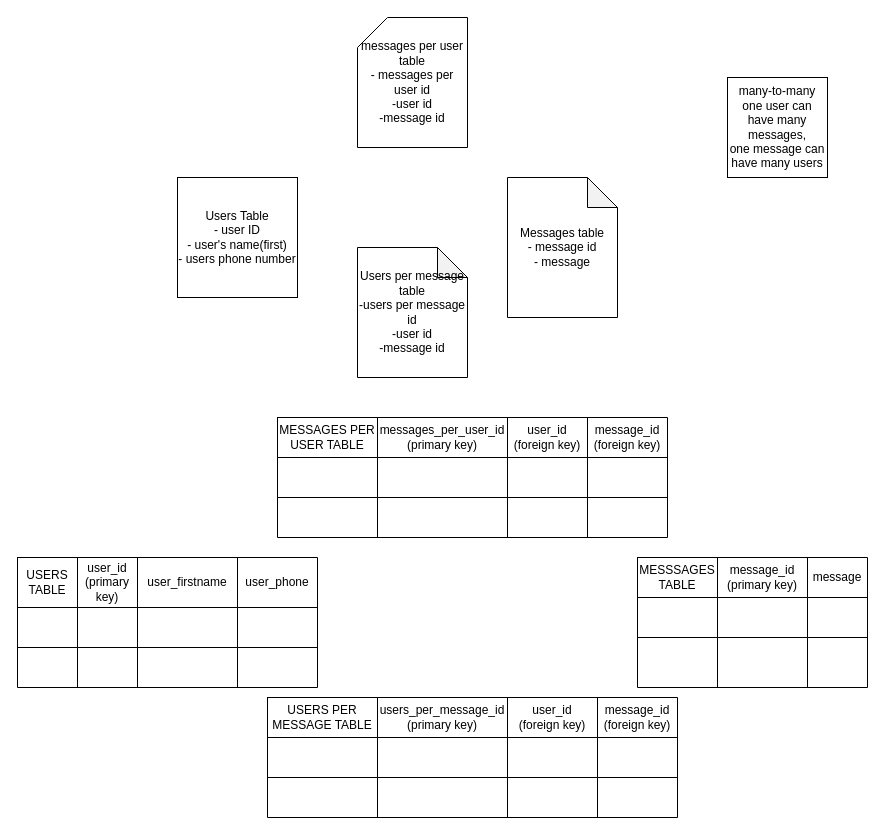
Earlier version of the draw.io diagram Untitled Diagram.drawio (ainethompson/project-data-model). Source tidied: cells renumbered, new cells numbered last; positions are measured from the earlier drawing's top-left corner, leaving out a move shared by most shapes. Both pictures are drawn from the tidied source at 100%, with x=0, y=0 at pixel (17, 17).
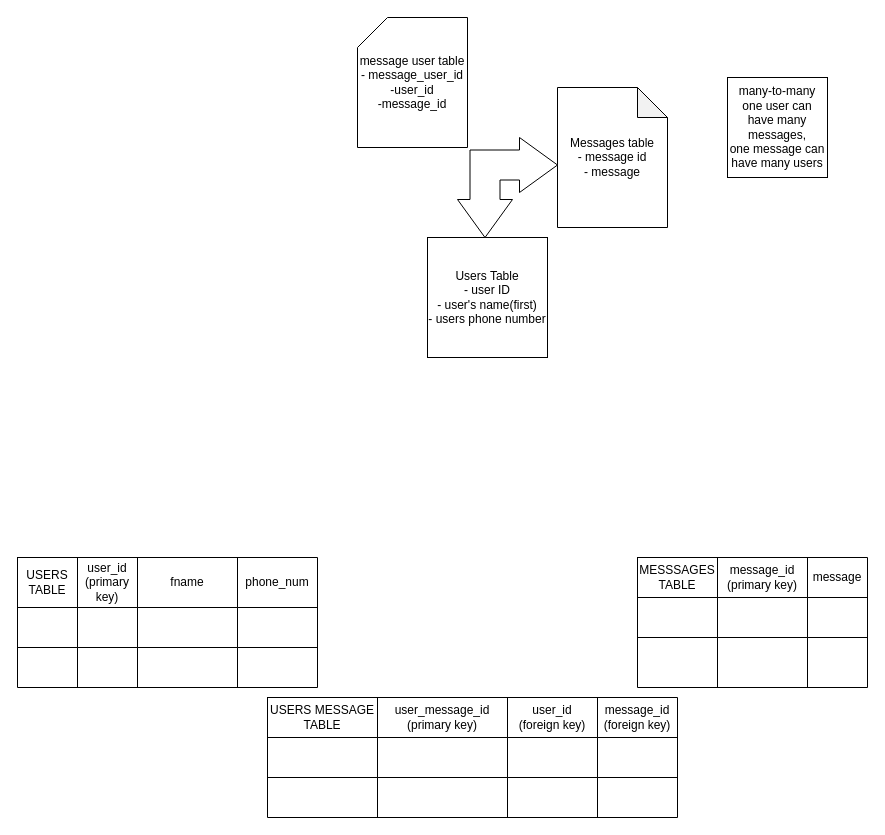
The same diagram, later.

Commit message:
Updated project data model

The change refers to these unchanged cells:
```xml
<mxCell id="8" style="shape=partialRectangle;html=1;whiteSpace=wrap;fillColor=none;top=0;left=0;bottom=0;right=0;" parent="7" vertex="1">
  <mxGeometry width="300" height="50" as="geometry" />
</mxCell>
<mxCell id="37" style="shape=partialRectangle;html=1;whiteSpace=wrap;fillColor=none;top=0;left=0;bottom=0;right=0;" parent="36" vertex="1">
  <mxGeometry width="410" height="40" as="geometry" />
</mxCell>
```

Diff of the diagram source:
```diff
@@
     <mxCell id="2" value="Users Table&lt;br&gt;- user ID&lt;br&gt;- user's name(first)&lt;br&gt;- users phone number" style="whiteSpace=wrap;html=1;" parent="1" vertex="1">
-      <mxGeometry x="160" y="160" width="120" height="120" as="geometry" />
+      <mxGeometry x="410" y="220" width="120" height="120" as="geometry" />
     </mxCell>
     <mxCell id="3" value="Messages table&lt;br&gt;- message id&lt;br&gt;- message&lt;br&gt;" style="shape=note;whiteSpace=wrap;html=1;backgroundOutline=1;darkOpacity=0.05;" parent="1" vertex="1">
-      <mxGeometry x="490" y="160" width="110" height="140" as="geometry" />
+      <mxGeometry x="540" y="70" width="110" height="140" as="geometry" />
     </mxCell>
@@
-    <mxCell id="5" value="Users per message table&lt;br&gt;-users per message id&lt;br&gt;-user id&lt;br&gt;-message id" style="shape=note;whiteSpace=wrap;html=1;backgroundOutline=1;darkOpacity=0.05;" parent="1" vertex="1">
-      <mxGeometry x="340" y="230" width="110" height="130" as="geometry" />
-    </mxCell>
-    <mxCell id="6" value="messages per user table&lt;br&gt;- messages per user id&lt;br&gt;-user id&lt;br&gt;-message id" style="shape=card;whiteSpace=wrap;html=1;" parent="1" vertex="1">
+    <mxCell id="6" value="message user table&lt;br&gt;- message_user_id&lt;br&gt;-user_id&lt;br&gt;-message_id" style="shape=card;whiteSpace=wrap;html=1;" parent="1" vertex="1">
       <mxGeometry x="340" width="110" height="130" as="geometry" />
     </mxCell>
@@
-    <mxCell id="11" value="user_firstname" style="shape=partialRectangle;html=1;whiteSpace=wrap;overflow=hidden;fillColor=none;top=0;left=0;bottom=0;right=0;" parent="8" vertex="1">
+    <mxCell id="11" value="fname" style="shape=partialRectangle;html=1;whiteSpace=wrap;overflow=hidden;fillColor=none;top=0;left=0;bottom=0;right=0;" parent="8" vertex="1">
       <mxGeometry x="120" width="100" height="50" as="geometry" />
     </mxCell>
-    <mxCell id="12" value="user_phone" style="shape=partialRectangle;html=1;whiteSpace=wrap;overflow=hidden;fillColor=none;top=0;left=0;bottom=0;right=0;" parent="8" vertex="1">
+    <mxCell id="12" value="phone_num" style="shape=partialRectangle;html=1;whiteSpace=wrap;overflow=hidden;fillColor=none;top=0;left=0;bottom=0;right=0;" parent="8" vertex="1">
       <mxGeometry x="220" width="80" height="50" as="geometry" />
     </mxCell>
@@
-    <mxCell id="38" value="USERS PER MESSAGE TABLE" style="shape=partialRectangle;html=1;whiteSpace=wrap;overflow=hidden;fillColor=none;top=0;left=0;bottom=0;right=0;" parent="37" vertex="1">
+    <mxCell id="38" value="USERS MESSAGE TABLE" style="shape=partialRectangle;html=1;whiteSpace=wrap;overflow=hidden;fillColor=none;top=0;left=0;bottom=0;right=0;" parent="37" vertex="1">
       <mxGeometry width="110" height="40" as="geometry" />
     </mxCell>
-    <mxCell id="39" value="users_per_message_id (primary key)" style="shape=partialRectangle;html=1;whiteSpace=wrap;overflow=hidden;fillColor=none;top=0;left=0;bottom=0;right=0;" parent="37" vertex="1">
+    <mxCell id="39" value="user_message_id (primary key)" style="shape=partialRectangle;html=1;whiteSpace=wrap;overflow=hidden;fillColor=none;top=0;left=0;bottom=0;right=0;" parent="37" vertex="1">
       <mxGeometry x="110" width="130" height="40" as="geometry" />
     </mxCell>
@@
-    <mxCell id="52" style="shape=table;html=1;whiteSpace=wrap;startSize=0;childLayout=tableLayout;" parent="1" vertex="1">
-      <mxGeometry x="260" y="400" width="390" height="120" as="geometry" />
-    </mxCell>
-    <mxCell id="53" style="shape=partialRectangle;html=1;whiteSpace=wrap;fillColor=none;top=0;left=0;bottom=0;right=0;" parent="52" vertex="1">
-      <mxGeometry width="390" height="40" as="geometry" />
-    </mxCell>
-    <mxCell id="54" value="MESSAGES PER USER TABLE" style="shape=partialRectangle;html=1;whiteSpace=wrap;overflow=hidden;fillColor=none;top=0;left=0;bottom=0;right=0;" parent="53" vertex="1">
-      <mxGeometry width="100" height="40" as="geometry" />
-    </mxCell>
-    <mxCell id="55" value="messages_per_user_id (primary key)" style="shape=partialRectangle;html=1;whiteSpace=wrap;overflow=hidden;fillColor=none;top=0;left=0;bottom=0;right=0;" parent="53" vertex="1">
-      <mxGeometry x="100" width="130" height="40" as="geometry" />
-    </mxCell>
-    <mxCell id="56" value="user_id (foreign key)" style="shape=partialRectangle;html=1;whiteSpace=wrap;overflow=hidden;fillColor=none;top=0;left=0;bottom=0;right=0;" parent="53" vertex="1">
-      <mxGeometry x="230" width="80" height="40" as="geometry" />
-    </mxCell>
-    <mxCell id="57" value="message_id (foreign key)" style="shape=partialRectangle;html=1;whiteSpace=wrap;overflow=hidden;fillColor=none;top=0;left=0;bottom=0;right=0;" parent="53" vertex="1">
-      <mxGeometry x="310" width="80" height="40" as="geometry" />
-    </mxCell>
-    <mxCell id="58" style="shape=partialRectangle;html=1;whiteSpace=wrap;fillColor=none;top=0;left=0;bottom=0;right=0;" parent="52" vertex="1">
-      <mxGeometry y="40" width="390" height="40" as="geometry" />
-    </mxCell>
-    <mxCell id="59" style="shape=partialRectangle;html=1;whiteSpace=wrap;overflow=hidden;fillColor=none;top=0;left=0;bottom=0;right=0;" parent="58" vertex="1">
-      <mxGeometry width="100" height="40" as="geometry" />
-    </mxCell>
-    <mxCell id="60" style="shape=partialRectangle;html=1;whiteSpace=wrap;overflow=hidden;fillColor=none;top=0;left=0;bottom=0;right=0;" parent="58" vertex="1">
-      <mxGeometry x="100" width="130" height="40" as="geometry" />
-    </mxCell>
-    <mxCell id="61" style="shape=partialRectangle;html=1;whiteSpace=wrap;overflow=hidden;fillColor=none;top=0;left=0;bottom=0;right=0;" parent="58" vertex="1">
-      <mxGeometry x="230" width="80" height="40" as="geometry" />
-    </mxCell>
-    <mxCell id="62" style="shape=partialRectangle;html=1;whiteSpace=wrap;overflow=hidden;fillColor=none;top=0;left=0;bottom=0;right=0;" parent="58" vertex="1">
-      <mxGeometry x="310" width="80" height="40" as="geometry" />
-    </mxCell>
-    <mxCell id="63" style="shape=partialRectangle;html=1;whiteSpace=wrap;fillColor=none;top=0;left=0;bottom=0;right=0;" parent="52" vertex="1">
-      <mxGeometry y="80" width="390" height="40" as="geometry" />
-    </mxCell>
-    <mxCell id="64" style="shape=partialRectangle;html=1;whiteSpace=wrap;overflow=hidden;fillColor=none;top=0;left=0;bottom=0;right=0;" parent="63" vertex="1">
-      <mxGeometry width="100" height="40" as="geometry" />
-    </mxCell>
-    <mxCell id="65" style="shape=partialRectangle;html=1;whiteSpace=wrap;overflow=hidden;fillColor=none;top=0;left=0;bottom=0;right=0;" parent="63" vertex="1">
-      <mxGeometry x="100" width="130" height="40" as="geometry" />
-    </mxCell>
-    <mxCell id="66" style="shape=partialRectangle;html=1;whiteSpace=wrap;overflow=hidden;fillColor=none;top=0;left=0;bottom=0;right=0;" parent="63" vertex="1">
-      <mxGeometry x="230" width="80" height="40" as="geometry" />
-    </mxCell>
-    <mxCell id="67" style="shape=partialRectangle;html=1;whiteSpace=wrap;overflow=hidden;fillColor=none;top=0;left=0;bottom=0;right=0;" parent="63" vertex="1">
-      <mxGeometry x="310" width="80" height="40" as="geometry" />
-    </mxCell>
+    <mxCell id="68" style="html=1;shadow=0;dashed=0;align=center;verticalAlign=middle;shape=mxgraph.arrows2.bendDoubleArrow;dy=15;dx=38;arrowHead=55;rounded=0;" parent="1" vertex="1">
+      <mxGeometry x="440" y="120" width="100" height="100" as="geometry" />
+    </mxCell>
```
